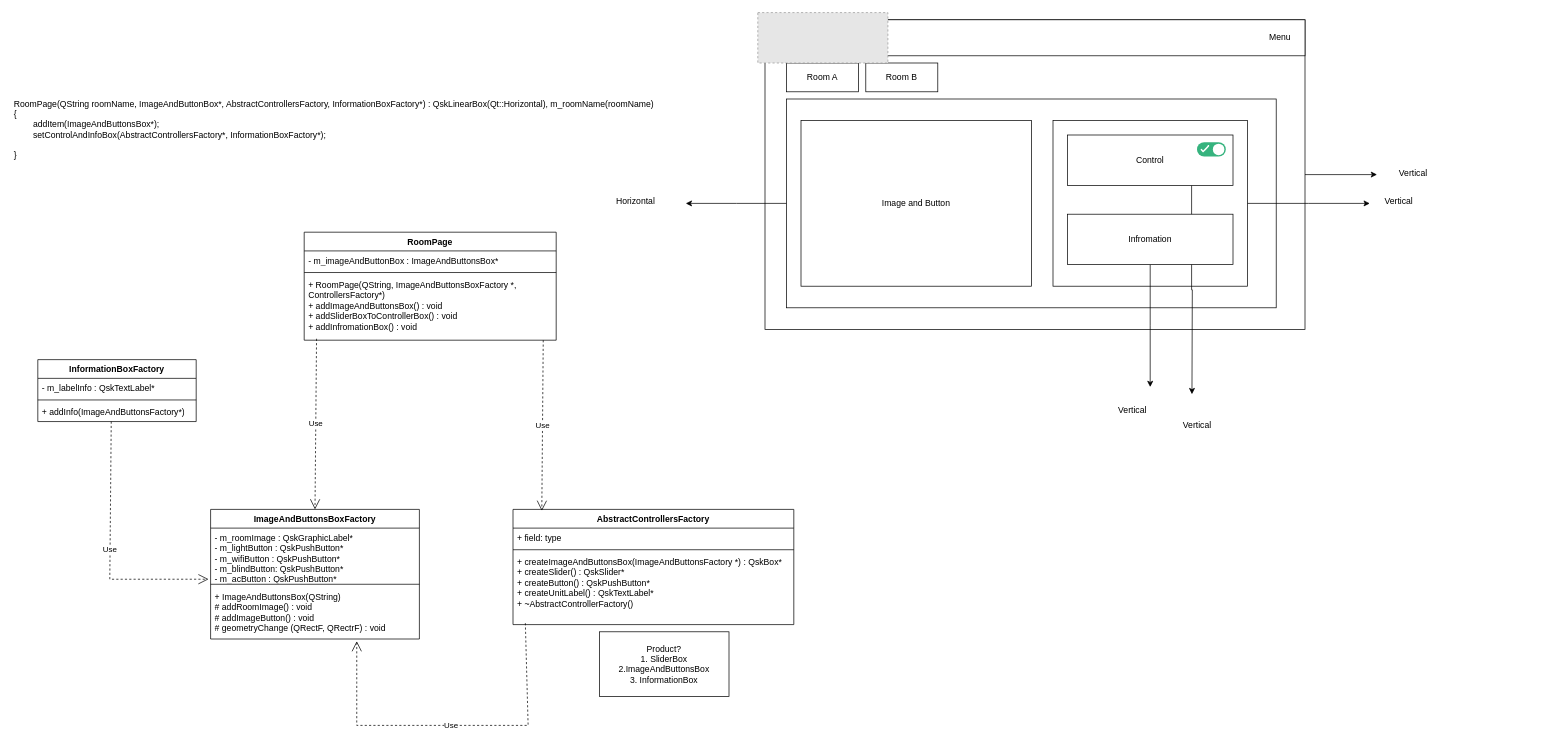
The draw.io diagram page "RoomPage" (3 of 3) of SmartOffice/SmartHomeSketch.drawio in NurulfShamimiAmlee-edag-my/qskinny-internal-projects, before the edit. Source tidied: cells renumbered, new cells numbered last; positions are measured from the earlier drawing's top-left corner, leaving out a move shared by most shapes. Both pictures are drawn from the tidied source at 72%, with x=0, y=0 at pixel (12, 12). Pictures stored in the file or linked from it are replaced by grey dashed boxes.
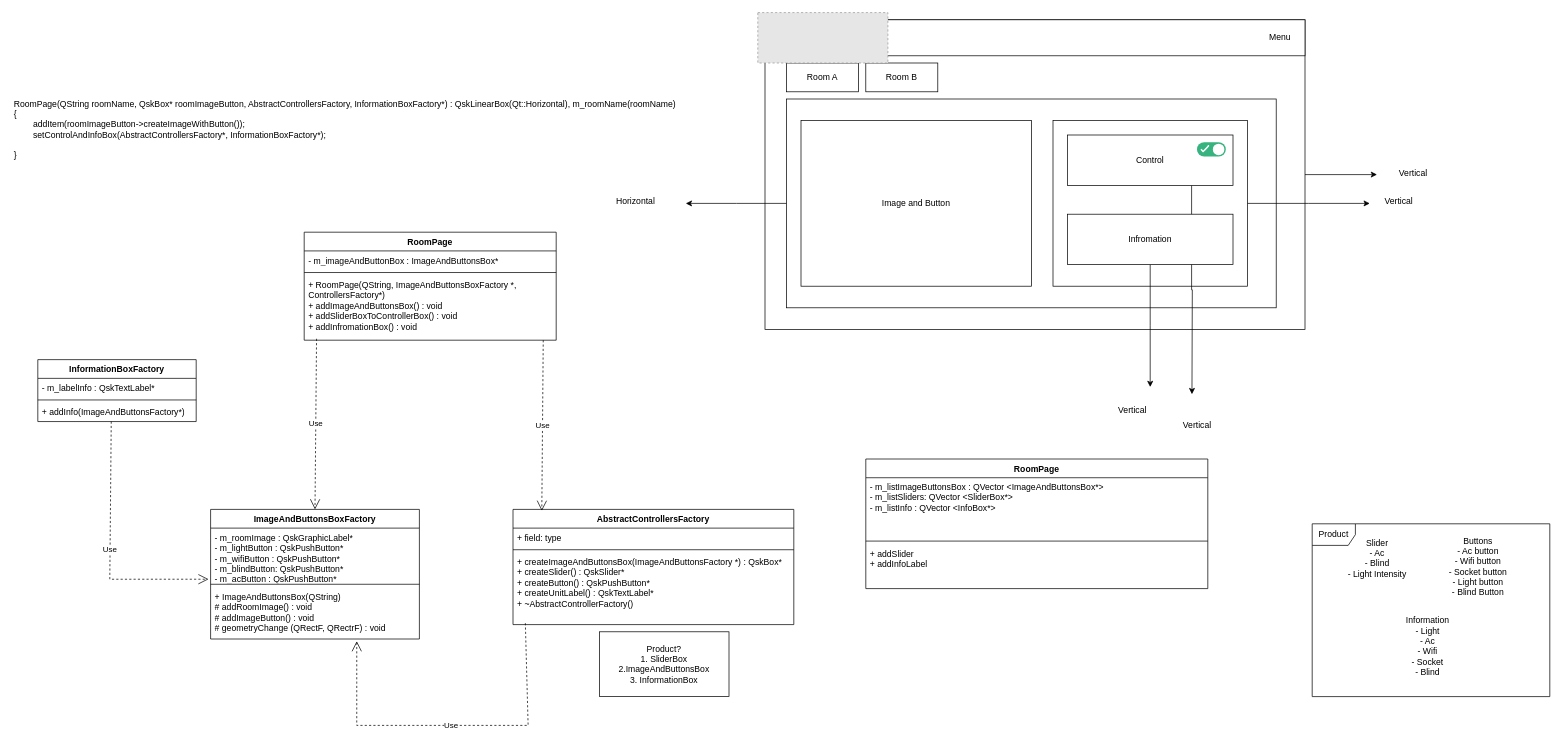
Above is the later version.

The edit, as a diff of the source:
```diff
@@
-    <mxCell id="47" value="RoomPage(QString roomName, ImageAndButtonBox*, AbstractControllersFactory, InformationBoxFactory*) : QskLinearBox(Qt::Horizontal), m_roomName(roomName)&lt;div&gt;{&lt;/div&gt;&lt;div&gt;&lt;span style=&quot;white-space: pre;&quot;&gt;&#9;&lt;/span&gt;addItem(ImageAndButtonsBox*);&lt;br&gt;&lt;/div&gt;&lt;div&gt;&lt;span style=&quot;white-space: pre;&quot;&gt;&#9;&lt;/span&gt;setControlAndInfoBox(AbstractControllersFactory*, InformationBoxFactory*);&lt;br&gt;&lt;/div&gt;&lt;div&gt;&lt;br&gt;&lt;/div&gt;&lt;div&gt;}&lt;/div&gt;" style="text;html=1;align=left;verticalAlign=middle;strokeColor=none;fillColor=none;" parent="1" vertex="1">
-      <mxGeometry y="113" width="910" height="100" as="geometry" />
+    <mxCell id="47" value="RoomPage(QString roomName, QskBox* roomImageButton, AbstractControllersFactory, InformationBoxFactory*) : QskLinearBox(Qt::Horizontal), m_roomName(roomName)&lt;div&gt;{&lt;/div&gt;&lt;div&gt;&lt;span style=&quot;white-space: pre;&quot;&gt;&#9;&lt;/span&gt;addItem(roomImageButton-&amp;gt;createImageWithButton());&lt;br&gt;&lt;/div&gt;&lt;div&gt;&lt;span style=&quot;white-space: pre;&quot;&gt;&#9;&lt;/span&gt;setControlAndInfoBox(AbstractControllersFactory*, InformationBoxFactory*);&lt;br&gt;&lt;/div&gt;&lt;div&gt;&lt;br&gt;&lt;/div&gt;&lt;div&gt;}&lt;/div&gt;" style="text;html=1;align=left;verticalAlign=middle;strokeColor=none;fillColor=none;" parent="1" vertex="1">
+      <mxGeometry y="113" width="940" height="100" as="geometry" />
     </mxCell>
+    <mxCell id="48" value="RoomPage" style="swimlane;fontStyle=1;align=center;verticalAlign=top;horizontal=1;startSize=26;whiteSpace=wrap;html=1;" parent="1" vertex="1">
+      <mxGeometry x="1185" y="620" width="475" height="180" as="geometry" />
+    </mxCell>
+    <mxCell id="49" value="- m_listImageButtonsBox : QVector &amp;lt;ImageAndButtonsBox*&amp;gt;&lt;div&gt;- m_listSliders: QVector &amp;lt;SliderBox*&amp;gt;&lt;/div&gt;&lt;div&gt;- m_listInfo : QVector &amp;lt;InfoBox*&amp;gt;&lt;/div&gt;" style="text;strokeColor=none;fillColor=none;align=left;verticalAlign=top;spacingLeft=4;spacingRight=4;overflow=hidden;whiteSpace=wrap;html=1;" parent="48" vertex="1">
+      <mxGeometry y="26" width="475" height="84" as="geometry" />
+    </mxCell>
+    <mxCell id="50" style="line;strokeWidth=1;fillColor=none;align=left;verticalAlign=middle;spacingTop=-1;spacingLeft=3;spacingRight=3;labelPosition=right;strokeColor=inherit;" parent="48" vertex="1">
+      <mxGeometry y="110" width="475" height="8" as="geometry" />
+    </mxCell>
+    <mxCell id="51" value="+ addSlider&lt;div&gt;+ addInfoLabel&lt;/div&gt;" style="text;strokeColor=none;fillColor=none;align=left;verticalAlign=top;spacingLeft=4;spacingRight=4;overflow=hidden;whiteSpace=wrap;html=1;" parent="48" vertex="1">
+      <mxGeometry y="118" width="475" height="62" as="geometry" />
+    </mxCell>
+    <mxCell id="52" value="Slider&lt;div&gt;- Ac&lt;/div&gt;&lt;div&gt;- Blind&lt;/div&gt;&lt;div&gt;- Light Intensity&lt;/div&gt;&lt;div&gt;&lt;br&gt;&lt;/div&gt;" style="text;html=1;align=center;verticalAlign=middle;strokeColor=none;fillColor=none;" parent="1" vertex="1">
+      <mxGeometry x="1845" y="720" width="100" height="90" as="geometry" />
+    </mxCell>
+    <mxCell id="53" value="Buttons&lt;div&gt;- Ac button&lt;/div&gt;&lt;div&gt;- Wifi button&lt;/div&gt;&lt;div&gt;- Socket button&lt;/div&gt;&lt;div&gt;- Light button&lt;/div&gt;&lt;div&gt;- Blind Button&lt;/div&gt;" style="text;html=1;align=center;verticalAlign=middle;strokeColor=none;fillColor=none;" parent="1" vertex="1">
+      <mxGeometry x="1985" y="720" width="100" height="100" as="geometry" />
+    </mxCell>
+    <mxCell id="54" value="Product" style="shape=umlFrame;whiteSpace=wrap;html=1;" parent="1" vertex="1">
+      <mxGeometry x="1805" y="710" width="330" height="240" as="geometry" />
+    </mxCell>
+    <mxCell id="55" value="Information&lt;div&gt;- Light&lt;/div&gt;&lt;div&gt;- Ac&lt;/div&gt;&lt;div&gt;- Wifi&lt;/div&gt;&lt;div&gt;- Socket&lt;/div&gt;&lt;div&gt;- Blind&lt;/div&gt;" style="text;html=1;align=center;verticalAlign=middle;strokeColor=none;fillColor=none;" parent="1" vertex="1">
+      <mxGeometry x="1925" y="830" width="80" height="100" as="geometry" />
+    </mxCell>
```
